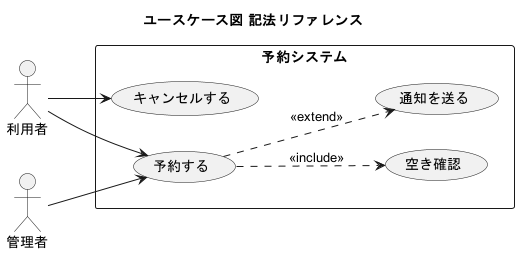
Before: UseCase/_Template_UseCase.png, a diagram exported from PlantUML (O-TYAN64/plantuml-cheatsheet). Its diagram source:
```plantuml
@startuml
title ユースケース図 記法リファレンス

left to right direction

actor 利用者 as U
actor 管理者 as A

rectangle 予約システム {
  usecase "予約する" as UC1
  usecase "キャンセルする" as UC2
  usecase "空き確認" as UC3
  usecase "通知を送る" as UC4
}

U --> UC1
U --> UC2
A --> UC1

UC1 ..> UC3 : <<include>>

UC1 ..> UC4 : <<extend>>

@enduml
```
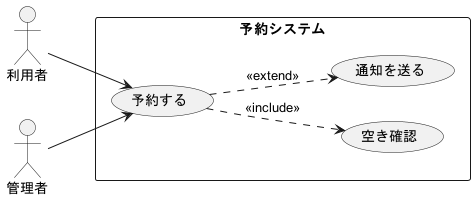
The same file after the commit.

Change to the diagram source:
```diff
@@ -1,24 +1,16 @@
 @startuml
-title ユースケース図 記法リファレンス
-
 left to right direction
-
 actor 利用者 as U
 actor 管理者 as A
 
 rectangle 予約システム {
   usecase "予約する" as UC1
-  usecase "キャンセルする" as UC2
-  usecase "空き確認" as UC3
-  usecase "通知を送る" as UC4
+  usecase "空き確認" as UC2
+  usecase "通知を送る" as UC3
 }
 
 U --> UC1
-U --> UC2
 A --> UC1
-
-UC1 ..> UC3 : <<include>>
-
-UC1 ..> UC4 : <<extend>>
-
+UC1 ..> UC2 : <<include>>
+UC1 ..> UC3 : <<extend>>
 @enduml
```
